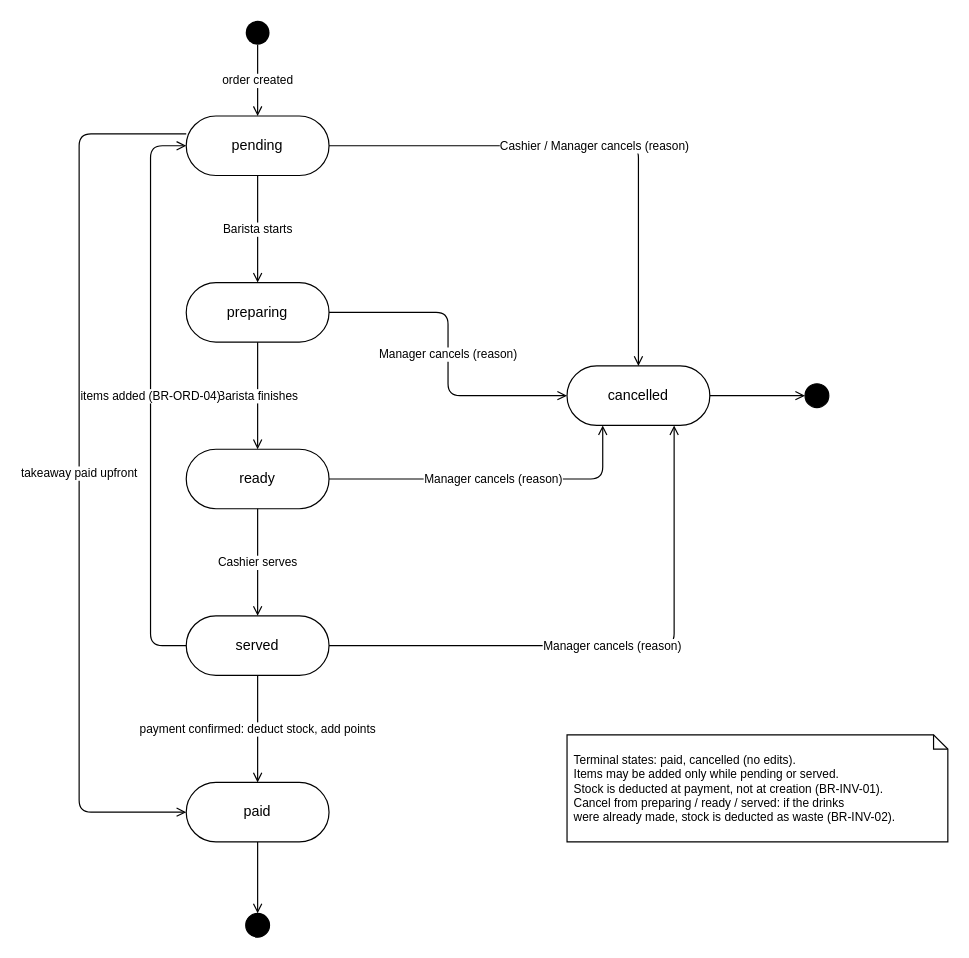
Earlier version of the draw.io diagram docs/diagrams/order-state-machine.drawio (huytran303/CafeManagementSystem). Source tidied: cells renumbered, new cells numbered last; positions are measured from the earlier drawing's top-left corner, leaving out a move shared by most shapes. Both pictures are drawn from the tidied source at 119%, with x=0, y=0 at pixel (79, 20).
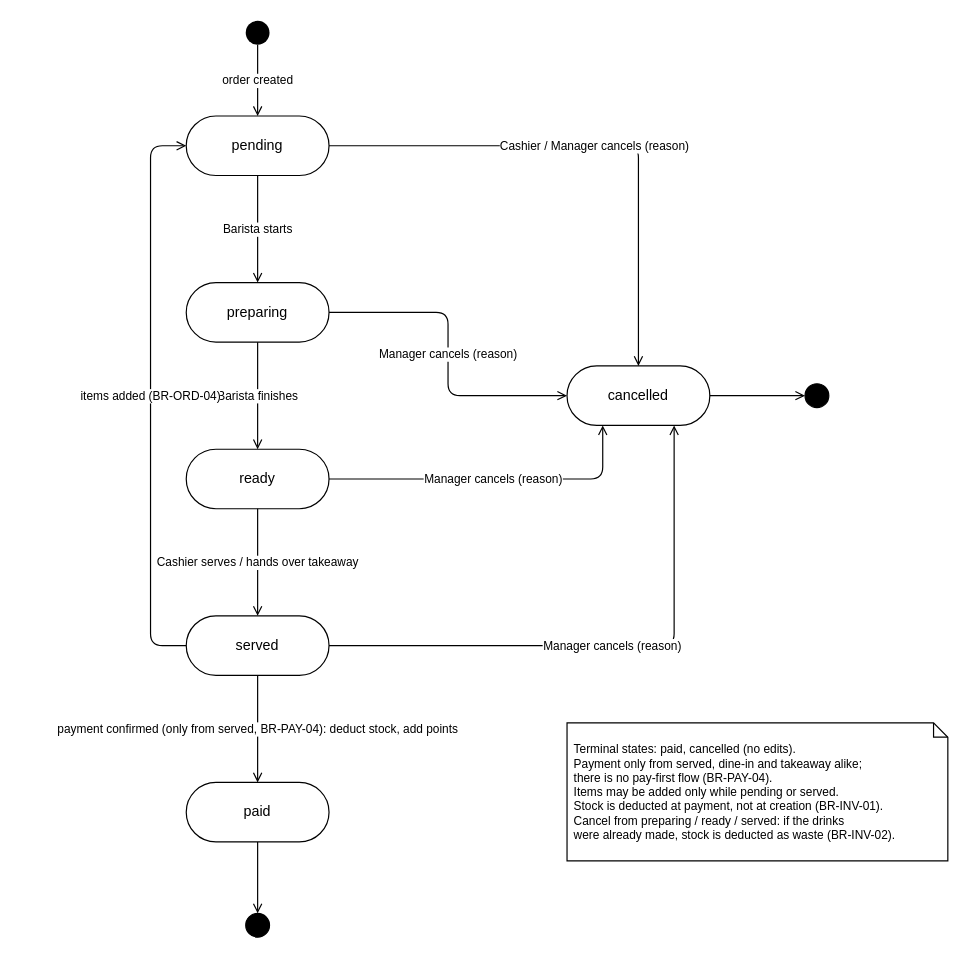
After the change.

Unchanged cells that the change refers to:
```xml
<mxCell id="3" value="pending" style="rounded=1;arcSize=50;whiteSpace=wrap;html=1;strokeWidth=1;fillColor=#ffffff;fontSize=12;" parent="1" vertex="1">
  <mxGeometry x="90" y="80" width="120" height="50" as="geometry" />
</mxCell>
<mxCell id="5" value="ready" style="rounded=1;arcSize=50;whiteSpace=wrap;html=1;strokeWidth=1;fillColor=#ffffff;fontSize=12;" parent="1" vertex="1">
  <mxGeometry x="90" y="360" width="120" height="50" as="geometry" />
</mxCell>
<mxCell id="6" value="served" style="rounded=1;arcSize=50;whiteSpace=wrap;html=1;strokeWidth=1;fillColor=#ffffff;fontSize=12;" parent="1" vertex="1">
  <mxGeometry x="90" y="500" width="120" height="50" as="geometry" />
</mxCell>
<mxCell id="7" value="paid" style="rounded=1;arcSize=50;whiteSpace=wrap;html=1;strokeWidth=1;fillColor=#ffffff;fontSize=12;" parent="1" vertex="1">
  <mxGeometry x="90" y="640" width="120" height="50" as="geometry" />
</mxCell>
```

The edit, as a diff of the source:
```diff
@@
-    <mxCell id="14" value="Cashier serves" style="edgeStyle=orthogonalEdgeStyle;rounded=1;html=1;strokeWidth=1;endArrow=open;endFill=0;fontSize=10;labelBackgroundColor=#ffffff;" parent="1" edge="1" source="5" target="6">
+    <mxCell id="14" value="Cashier serves / hands over takeaway" style="edgeStyle=orthogonalEdgeStyle;rounded=1;html=1;strokeWidth=1;endArrow=open;endFill=0;fontSize=10;labelBackgroundColor=#ffffff;" parent="1" edge="1" source="5" target="6">
       <mxGeometry relative="1" as="geometry" />
     </mxCell>
-    <mxCell id="15" value="payment confirmed: deduct stock, add points" style="edgeStyle=orthogonalEdgeStyle;rounded=1;html=1;strokeWidth=1;endArrow=open;endFill=0;fontSize=10;labelBackgroundColor=#ffffff;" parent="1" edge="1" source="6" target="7">
+    <mxCell id="15" value="payment confirmed (only from served, BR-PAY-04): deduct stock, add points" style="edgeStyle=orthogonalEdgeStyle;rounded=1;html=1;strokeWidth=1;endArrow=open;endFill=0;fontSize=10;labelBackgroundColor=#ffffff;" parent="1" edge="1" source="6" target="7">
       <mxGeometry relative="1" as="geometry" />
     </mxCell>
@@
-    <mxCell id="21" value="Terminal states: paid, cancelled (no edits).&lt;br&gt;Items may be added only while pending or served.&lt;br&gt;Stock is deducted at payment, not at creation (BR-INV-01).&lt;br&gt;Cancel from preparing / ready / served: if the drinks&lt;br&gt;were already made, stock is deducted as waste (BR-INV-02)." style="shape=note;size=12;whiteSpace=wrap;html=1;strokeWidth=1;fillColor=#ffffff;fontSize=10;align=left;spacing=6;" parent="1" vertex="1">
-      <mxGeometry x="410" y="600" width="320" height="90" as="geometry" />
+    <mxCell id="21" value="Terminal states: paid, cancelled (no edits).&lt;br&gt;Payment only from served, dine-in and takeaway alike;&lt;br&gt;there is no pay-first flow (BR-PAY-04).&lt;br&gt;Items may be added only while pending or served.&lt;br&gt;Stock is deducted at payment, not at creation (BR-INV-01).&lt;br&gt;Cancel from preparing / ready / served: if the drinks&lt;br&gt;were already made, stock is deducted as waste (BR-INV-02)." style="shape=note;size=12;whiteSpace=wrap;html=1;strokeWidth=1;fillColor=#ffffff;fontSize=10;align=left;spacing=6;" parent="1" vertex="1">
+      <mxGeometry x="410" y="590" width="320" height="116" as="geometry" />
     </mxCell>
-    <mxCell id="22" value="takeaway paid upfront" style="edgeStyle=orthogonalEdgeStyle;rounded=1;html=1;strokeWidth=1;endArrow=open;endFill=0;fontSize=10;labelBackgroundColor=#ffffff;exitX=0;exitY=0.3;exitDx=0;exitDy=0;entryX=0;entryY=0.5;entryDx=0;entryDy=0;" parent="1" edge="1" source="3" target="7">
-      <mxGeometry relative="1" as="geometry">
-        <Array as="points">
-          <mxPoint y="95" />
-          <mxPoint y="665" />
-        </Array>
-      </mxGeometry>
-    </mxCell>
```
